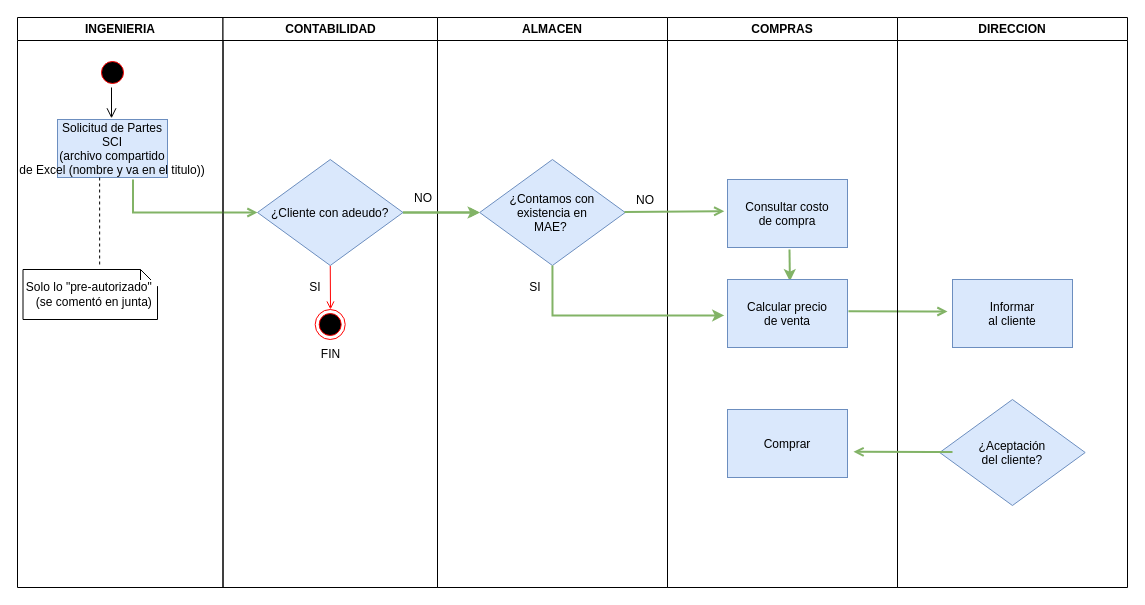
Earlier version of the draw.io diagram Flujos/D-Actividades-SCI-Servicios-Ingenieria.drawio (RaulGutierrezCarmona/Diagrams). Source tidied: cells renumbered, new cells numbered last; positions are measured from the earlier drawing's top-left corner, leaving out a move shared by most shapes. Both pictures are drawn from the tidied source at 100%, with x=0, y=0 at pixel (17, 17).
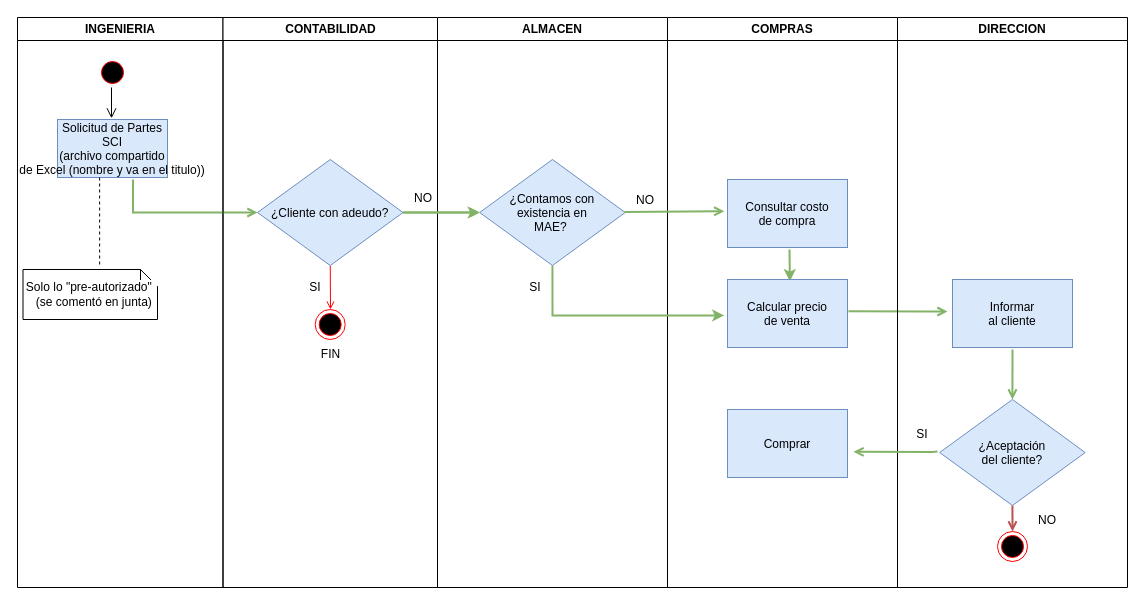
The same diagram, later.

Unchanged cells that the change refers to:
```xml
<mxCell id="28" value="DIRECCION" style="swimlane;whiteSpace=wrap;" parent="1" vertex="1">
  <mxGeometry x="880" width="230" height="570" as="geometry" />
</mxCell>
<mxCell id="29" value="¿Aceptación &#10;del cliente?" style="rhombus;fillColor=#dae8fc;strokeColor=#6c8ebf;" parent="28" vertex="1">
  <mxGeometry x="42.2" y="382" width="145.5" height="106" as="geometry" />
</mxCell>
```

What changed in the source:
```diff
@@
-    <mxCell id="31" style="endArrow=open;strokeColor=#82b366;endFill=1;rounded=0;exitX=1.008;exitY=0.466;exitDx=0;exitDy=0;exitPerimeter=0;fillColor=#d5e8d4;strokeWidth=2;" parent="28" edge="1">
+    <mxCell id="31" style="endArrow=open;strokeColor=#82b366;endFill=1;rounded=0;fillColor=#d5e8d4;strokeWidth=2;" parent="28" edge="1">
       <mxGeometry x="1" y="-30" relative="1" as="geometry">
-        <mxPoint x="55" y="434.6" as="sourcePoint" />
+        <mxPoint x="40" y="434" as="sourcePoint" />
         <mxPoint x="-44" y="434.3" as="targetPoint" />
         <Array as="points">
           <mxPoint x="35" y="434.6" />
         </Array>
         <mxPoint x="30" y="30" as="offset" />
       </mxGeometry>
     </mxCell>
+    <mxCell id="35" style="endArrow=open;strokeColor=#82b366;endFill=1;rounded=0;fillColor=#d5e8d4;strokeWidth=2;entryX=0.5;entryY=0;entryDx=0;entryDy=0;" parent="28" edge="1" target="29">
+      <mxGeometry x="1" y="-30" relative="1" as="geometry">
+        <mxPoint x="115" y="332" as="sourcePoint" />
+        <mxPoint x="30" y="30" as="offset" />
+      </mxGeometry>
+    </mxCell>
+    <mxCell id="36" value="SI" style="text;html=1;strokeColor=none;fillColor=none;align=center;verticalAlign=middle;whiteSpace=wrap;rounded=0;labelBackgroundColor=default;" parent="28" vertex="1">
+      <mxGeometry x="6.8" y="402" width="35.5" height="30" as="geometry" />
+    </mxCell>
+    <mxCell id="37" value="NO" style="text;html=1;strokeColor=none;fillColor=none;align=center;verticalAlign=middle;whiteSpace=wrap;rounded=0;labelBackgroundColor=default;" parent="28" vertex="1">
+      <mxGeometry x="130" y="492" width="40" height="22" as="geometry" />
+    </mxCell>
+    <mxCell id="38" style="ellipse;shape=endState;fillColor=#000000;strokeColor=#ff0000;" parent="28" vertex="1">
+      <mxGeometry x="100" y="514" width="30" height="30" as="geometry" />
+    </mxCell>
+    <mxCell id="39" style="endArrow=open;strokeColor=#b85450;endFill=1;rounded=0;fillColor=#f8cecc;strokeWidth=2;entryX=0.5;entryY=0;entryDx=0;entryDy=0;exitX=0.5;exitY=1;exitDx=0;exitDy=0;" parent="28" edge="1" source="29" target="38">
+      <mxGeometry x="1" y="-30" relative="1" as="geometry">
+        <mxPoint x="30" y="30" as="offset" />
+      </mxGeometry>
+    </mxCell>
```
